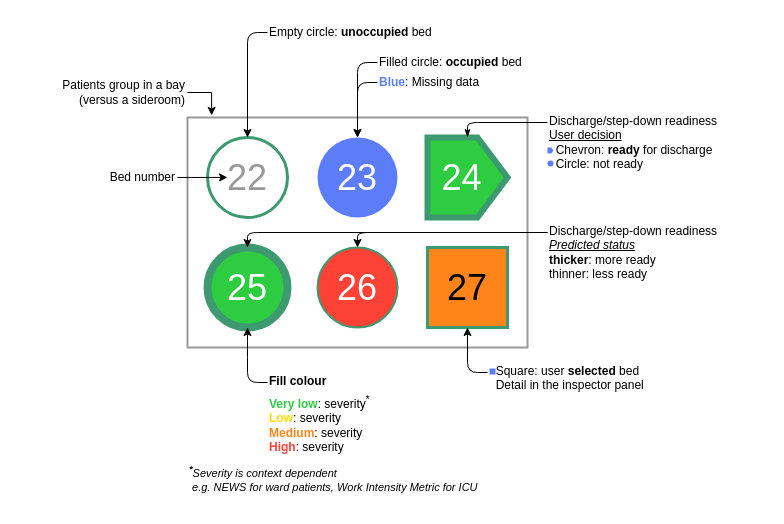
Before: docs/resources/cytoscape.drawio in HYLODE/HyUi, a draw.io diagram. Source tidied: cells renumbered, new cells numbered last; positions are measured from the earlier drawing's top-left corner, leaving out a move shared by most shapes. Both pictures are drawn from the tidied source at 100%, with x=0, y=0 at pixel (17, 17).
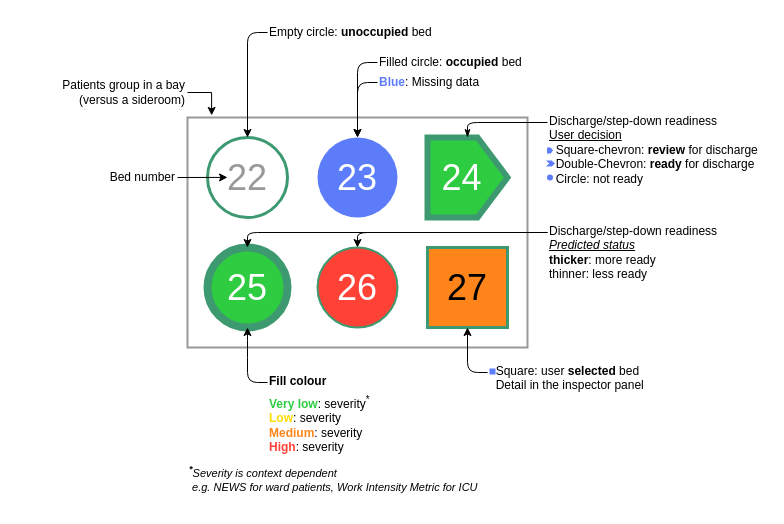
After the change.

The edit, as a diff of the source:
```diff
@@
-    <mxCell id="30" value="Discharge/step-down readiness&lt;br style=&quot;border-color: var(--border-color);&quot;&gt;&lt;u&gt;User decision&lt;br&gt;&lt;/u&gt;&amp;nbsp; Chevron: &lt;b&gt;ready&lt;/b&gt; for discharge&lt;br&gt;&amp;nbsp; Circle: not ready" style="text;html=1;strokeColor=none;fillColor=none;align=left;verticalAlign=top;whiteSpace=wrap;rounded=0;fontSize=12;fontColor=#000000;" parent="1" vertex="1">
-      <mxGeometry x="530" y="90" width="180" height="30" as="geometry" />
+    <mxCell id="30" value="Discharge/step-down readiness&lt;br style=&quot;border-color: var(--border-color);&quot;&gt;&lt;u&gt;User decision&lt;br&gt;&lt;/u&gt;&amp;nbsp; Square-chevron: &lt;b&gt;review&lt;/b&gt; for discharge&lt;br&gt;&amp;nbsp; Double-Chevron: &lt;b&gt;ready&lt;/b&gt; for discharge&lt;br&gt;&amp;nbsp; Circle: not ready" style="text;html=1;strokeColor=none;fillColor=none;align=left;verticalAlign=top;whiteSpace=wrap;rounded=0;fontSize=12;fontColor=#000000;" parent="1" vertex="1">
+      <mxGeometry x="530" y="90" width="220" height="30" as="geometry" />
     </mxCell>
     <mxCell id="31" style="shape=offPageConnector;whiteSpace=wrap;html=1;strokeColor=none;strokeWidth=6;fontSize=11;fontColor=#000000;fillColor=#5C7CFA;direction=north;spacingLeft=-11;" parent="1" vertex="1">
-      <mxGeometry x="530" y="130" width="6" height="6" as="geometry" />
+      <mxGeometry x="529.5" y="130" width="6" height="6" as="geometry" />
     </mxCell>
     <mxCell id="32" style="ellipse;whiteSpace=wrap;html=1;strokeWidth=3;fillColor=#5c7cfa;strokeColor=none;fontColor=#FFFFFF;" parent="1" vertex="1">
-      <mxGeometry x="530" y="143" width="6" height="6" as="geometry" />
+      <mxGeometry x="529.5" y="157" width="6" height="6" as="geometry" />
     </mxCell>
@@
+    <mxCell id="34" style="shape=step;perimeter=stepPerimeter;whiteSpace=wrap;html=1;fixedSize=1;fillColor=#5C7CFA;strokeColor=none;size=3.240000000000009;" parent="1" vertex="1">
+      <mxGeometry x="528.5" y="143" width="9" height="6" as="geometry" />
+    </mxCell>
```
